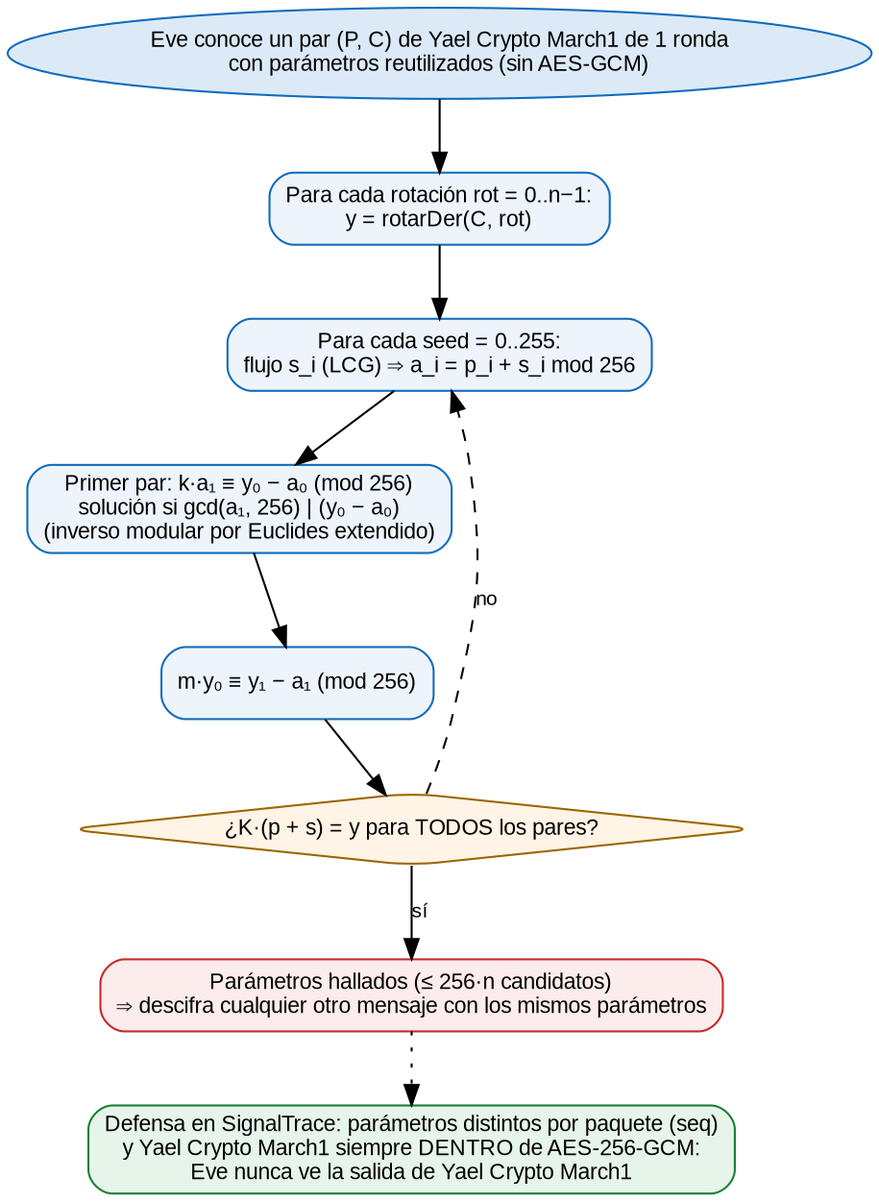
Before: Examen_SignalTrace/docs/diagramas/png/10_ataque_ycm1.png, a diagram exported from Graphviz (yaelrdf/Virologia_Criptografia_UPIICSA). Its source is kept beside it as Examen_SignalTrace/docs/diagramas/10_ataque_ycm1.dot. Its diagram source:
```dot
digraph G { fontname="Arial"; node [fontname="Arial", fontsize=11]; edge [fontname="Arial", fontsize=10];
  rankdir=TB; node [shape=box, style="rounded,filled", fillcolor="#EEF4FB", color="#0F6CBD"];
  a [label="Eve conoce un par (P, C) de Yael Crypto March1 de 1 ronda\ncon parámetros reutilizados (sin AES-GCM)", shape=oval, fillcolor="#DCEAF7"];
  r [label="Para cada rotación rot = 0..n−1:\ny = rotarDer(C, rot)"];
  s [label="Para cada seed = 0..255:\nflujo s_i (LCG) ⇒ a_i = p_i + s_i mod 256"];
  k [label="Primer par: k·a₁ ≡ y₀ − a₀ (mod 256)\nsolución si gcd(a₁, 256) | (y₀ − a₀)\n(inverso modular por Euclides extendido)"];
  m [label="m·y₀ ≡ y₁ − a₁ (mod 256)"];
  chk [label="¿K·(p + s) = y para TODOS los pares?", shape=diamond, fillcolor="#FFF4E5", color="#9A6700"];
  ok [label="Parámetros hallados (≤ 256·n candidatos)\n⇒ descifra cualquier otro mensaje con los mismos parámetros", fillcolor="#FDECEC", color="#C62828"];
  def [label="Defensa en SignalTrace: parámetros distintos por paquete (seq)\ny Yael Crypto March1 siempre DENTRO de AES-256-GCM:\nEve nunca ve la salida de Yael Crypto March1", fillcolor="#E6F4EA", color="#1A7F37"];
  a -> r -> s -> k -> m -> chk; chk -> ok [label="sí"]; chk -> s [label="no", style=dashed]; ok -> def [style=dotted];
}
```
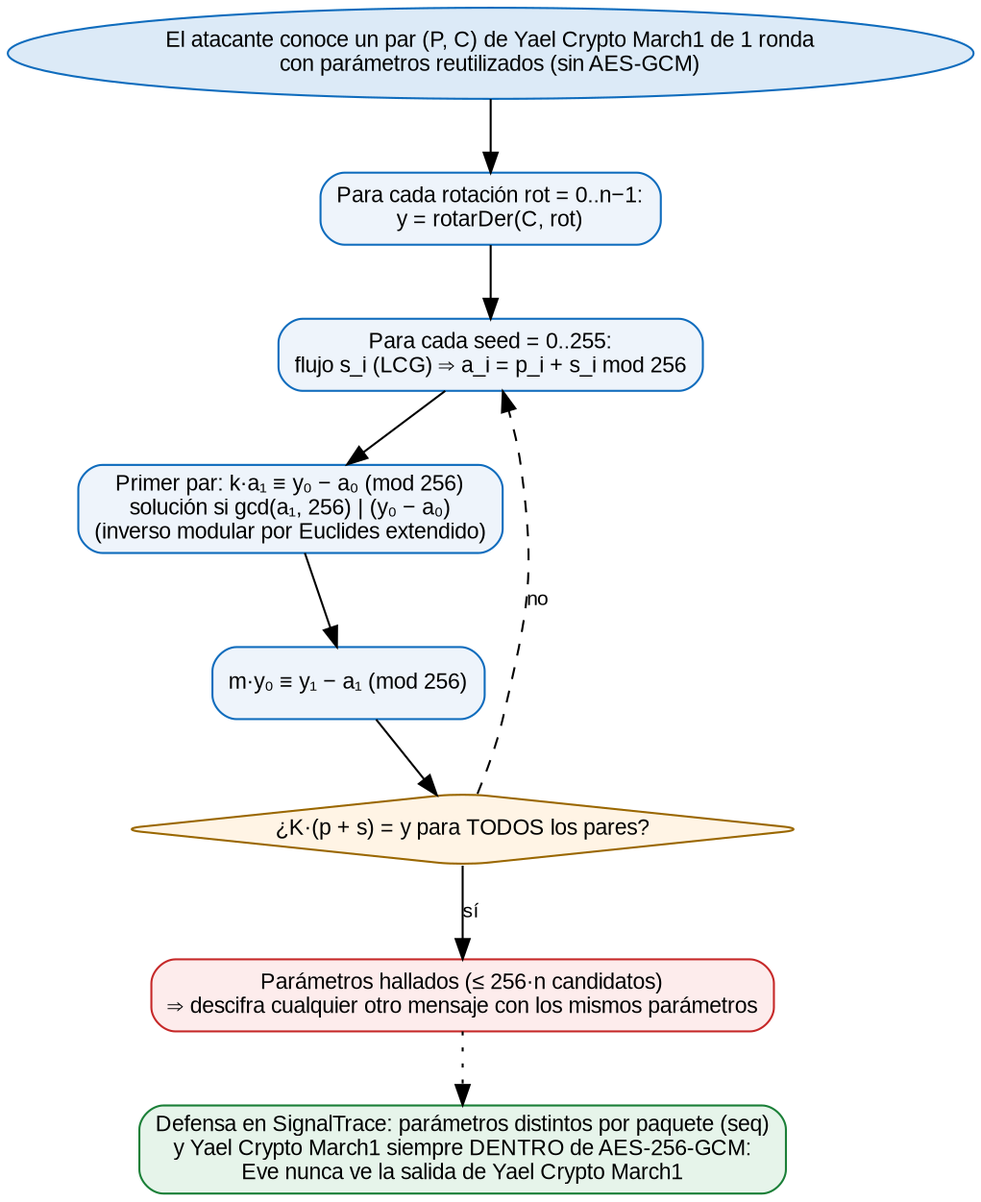
The same file after the commit.

Diff of the diagram source:
```diff
@@ -1,6 +1,6 @@
 digraph G { fontname="Arial"; node [fontname="Arial", fontsize=11]; edge [fontname="Arial", fontsize=10];
   rankdir=TB; node [shape=box, style="rounded,filled", fillcolor="#EEF4FB", color="#0F6CBD"];
-  a [label="Eve conoce un par (P, C) de Yael Crypto March1 de 1 ronda\ncon parámetros reutilizados (sin AES-GCM)", shape=oval, fillcolor="#DCEAF7"];
+  a [label="El atacante conoce un par (P, C) de Yael Crypto March1 de 1 ronda\ncon parámetros reutilizados (sin AES-GCM)", shape=oval, fillcolor="#DCEAF7"];
   r [label="Para cada rotación rot = 0..n−1:\ny = rotarDer(C, rot)"];
   s [label="Para cada seed = 0..255:\nflujo s_i (LCG) ⇒ a_i = p_i + s_i mod 256"];
   k [label="Primer par: k·a₁ ≡ y₀ − a₀ (mod 256)\nsolución si gcd(a₁, 256) | (y₀ − a₀)\n(inverso modular por Euclides extendido)"];
```
